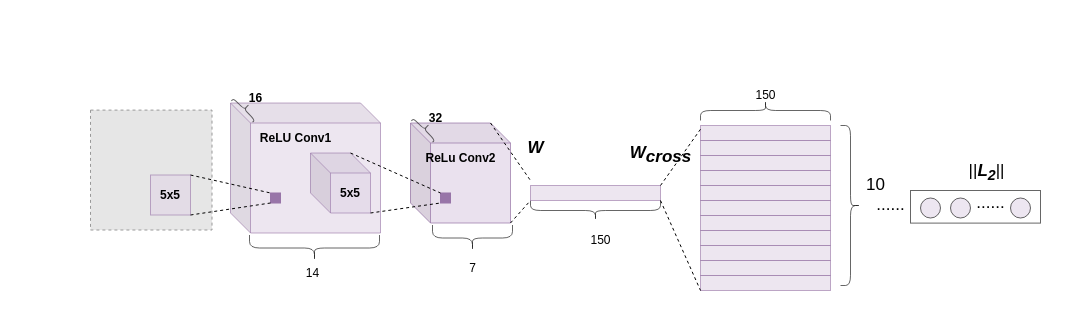
AmeGong/drawio keeps this draw.io diagram as kaiti.drawio. Above is the earlier version. Source tidied: cells renumbered, new cells numbered last; positions are measured from the earlier drawing's top-left corner, leaving out a move shared by most shapes. Both pictures are drawn from the tidied source at 100%, with x=0, y=0 at pixel (90, 45). Pictures stored in the file or linked from it are replaced by grey dashed boxes.
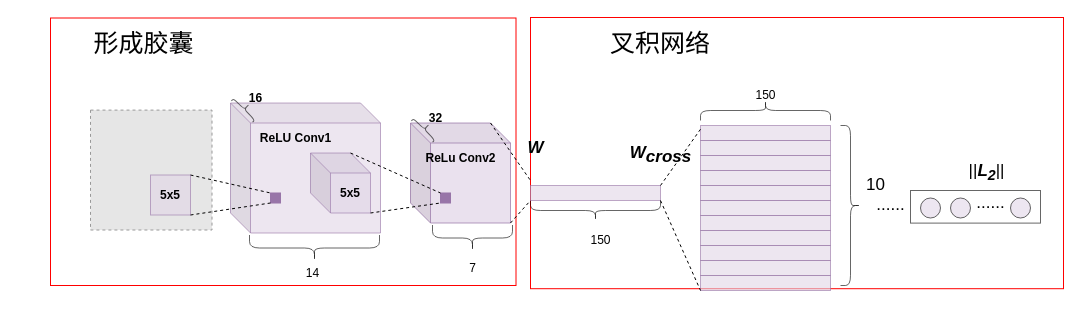
The same page after the edit.

What changed in the source:
```diff
@@
+    <mxCell id="54" style="rounded=0;whiteSpace=wrap;html=1;strokeColor=#FF0000;strokeWidth=1;" parent="1" vertex="1">
+      <mxGeometry x="440" y="-28" width="533" height="271.2" as="geometry" />
+    </mxCell>
+    <mxCell id="55" style="rounded=0;whiteSpace=wrap;html=1;perimeterSpacing=100;strokeWidth=1;strokeColor=#FF0000;" parent="1" vertex="1">
+      <mxGeometry x="-40" y="-27.5" width="465.5" height="267.5" as="geometry" />
+    </mxCell>
@@
+    <mxCell id="56" value="&lt;font style=&quot;font-size: 25px&quot;&gt;形成胶囊&lt;br&gt;&lt;/font&gt;" style="text;html=1;strokeColor=none;fillColor=none;align=center;verticalAlign=middle;whiteSpace=wrap;rounded=0;" parent="1" vertex="1">
+      <mxGeometry x="-73" y="-13" width="253" height="20" as="geometry" />
+    </mxCell>
+    <mxCell id="57" value="&lt;font style=&quot;font-size: 25px&quot;&gt;叉积网络&lt;/font&gt;" style="text;html=1;strokeColor=none;fillColor=none;align=center;verticalAlign=middle;whiteSpace=wrap;rounded=0;" parent="1" vertex="1">
+      <mxGeometry x="450" y="-13" width="240" height="20" as="geometry" />
+    </mxCell>
```
